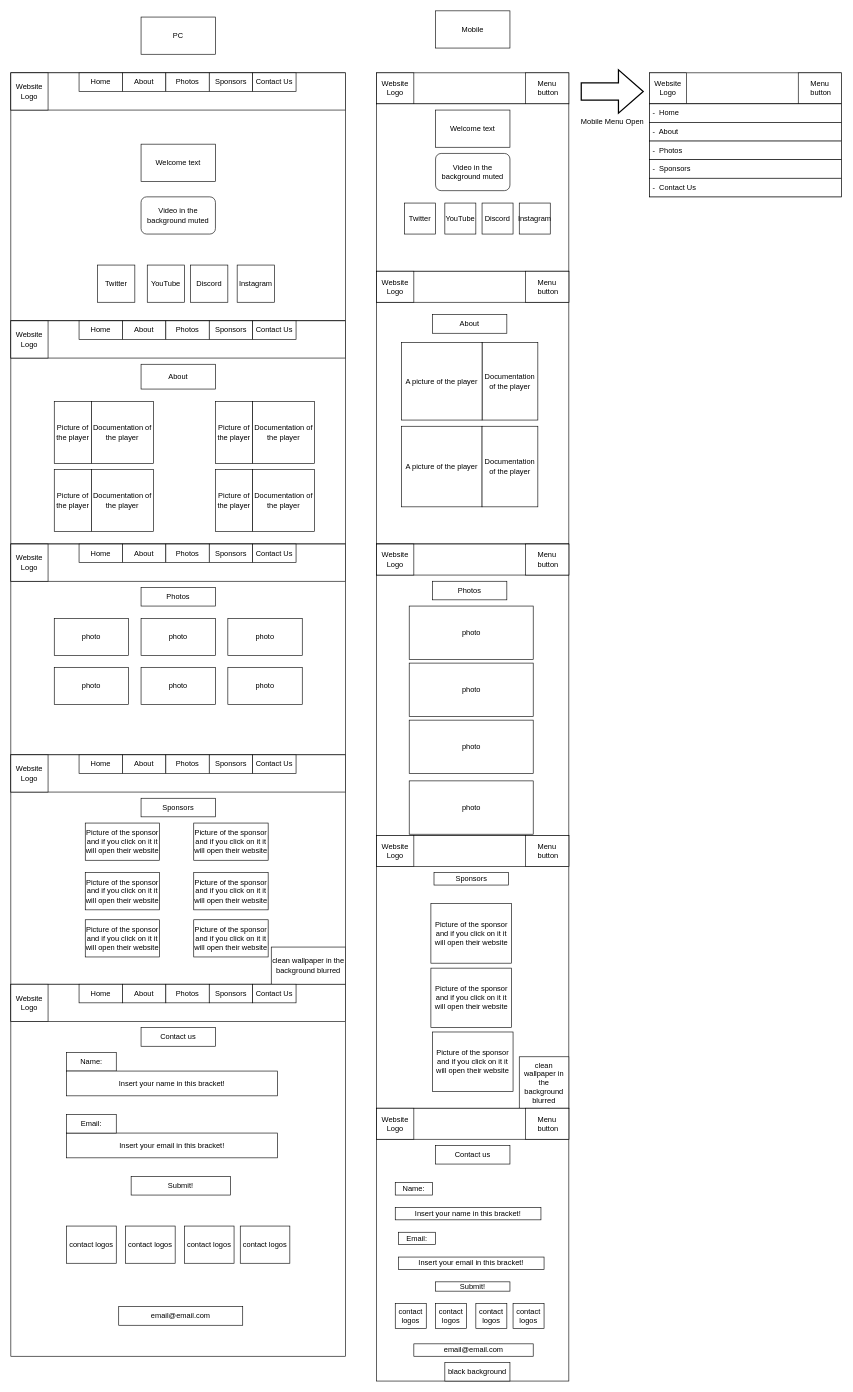
Before: docs/design.drawio in szalmaarpad56/szalmaarpad56.github.io, a draw.io diagram. Source tidied: cells renumbered, new cells numbered last; positions are measured from the earlier drawing's top-left corner, leaving out a move shared by most shapes. Both pictures are drawn from the tidied source at 62%, with x=0, y=0 at pixel (11, 11).
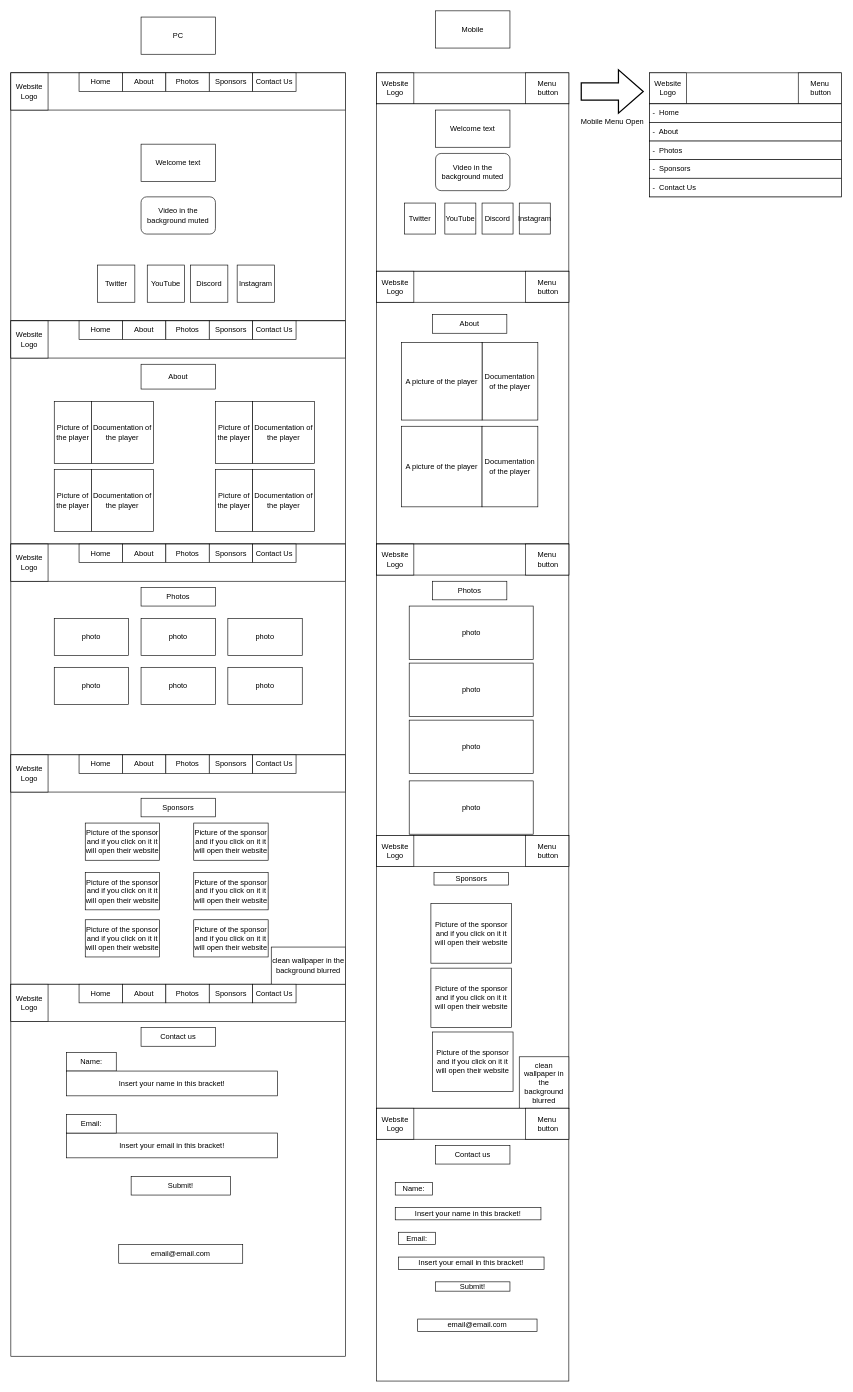
The same page after the edit.

Change to the diagram source:
```diff
@@
-    <mxCell id="38" value="contact logos" style="rounded=0;whiteSpace=wrap;html=1;" parent="1" vertex="1">
-      <mxGeometry x="90" y="1960" width="80" height="60" as="geometry" />
-    </mxCell>
-    <mxCell id="39" value="contact logos" style="rounded=0;whiteSpace=wrap;html=1;" parent="1" vertex="1">
-      <mxGeometry x="185" y="1960" width="80" height="60" as="geometry" />
-    </mxCell>
-    <mxCell id="40" value="contact logos" style="rounded=0;whiteSpace=wrap;html=1;" parent="1" vertex="1">
-      <mxGeometry x="280" y="1960" width="80" height="60" as="geometry" />
-    </mxCell>
-    <mxCell id="41" value="contact logos" style="rounded=0;whiteSpace=wrap;html=1;" parent="1" vertex="1">
-      <mxGeometry x="370" y="1960" width="80" height="60" as="geometry" />
-    </mxCell>
@@
     <mxCell id="43" value="email@email.com" style="rounded=0;whiteSpace=wrap;html=1;" parent="1" vertex="1">
-      <mxGeometry x="174" y="2090" width="200" height="30" as="geometry" />
+      <mxGeometry x="174" y="1990" width="200" height="30" as="geometry" />
     </mxCell>
@@
-    <mxCell id="91" value="contact logos" style="rounded=0;whiteSpace=wrap;html=1;" parent="1" vertex="1">
-      <mxGeometry x="620" y="2085" width="50" height="40" as="geometry" />
-    </mxCell>
-    <mxCell id="92" value="contact logos" style="rounded=0;whiteSpace=wrap;html=1;" parent="1" vertex="1">
-      <mxGeometry x="685" y="2085" width="50" height="40" as="geometry" />
-    </mxCell>
-    <mxCell id="93" value="contact logos" style="rounded=0;whiteSpace=wrap;html=1;" parent="1" vertex="1">
-      <mxGeometry x="750" y="2085" width="50" height="40" as="geometry" />
-    </mxCell>
-    <mxCell id="94" value="contact logos" style="rounded=0;whiteSpace=wrap;html=1;" parent="1" vertex="1">
-      <mxGeometry x="810" y="2085" width="50" height="40" as="geometry" />
-    </mxCell>
     <mxCell id="95" value="email@email.com" style="rounded=0;whiteSpace=wrap;html=1;" parent="1" vertex="1">
-      <mxGeometry x="650" y="2150" width="192.5" height="20" as="geometry" />
+      <mxGeometry x="656.2" y="2110" width="192.5" height="20" as="geometry" />
     </mxCell>
-    <mxCell id="96" value="black background" style="rounded=0;whiteSpace=wrap;html=1;" parent="1" vertex="1">
-      <mxGeometry x="700" y="2180" width="105" height="30" as="geometry" />
-    </mxCell>
```
